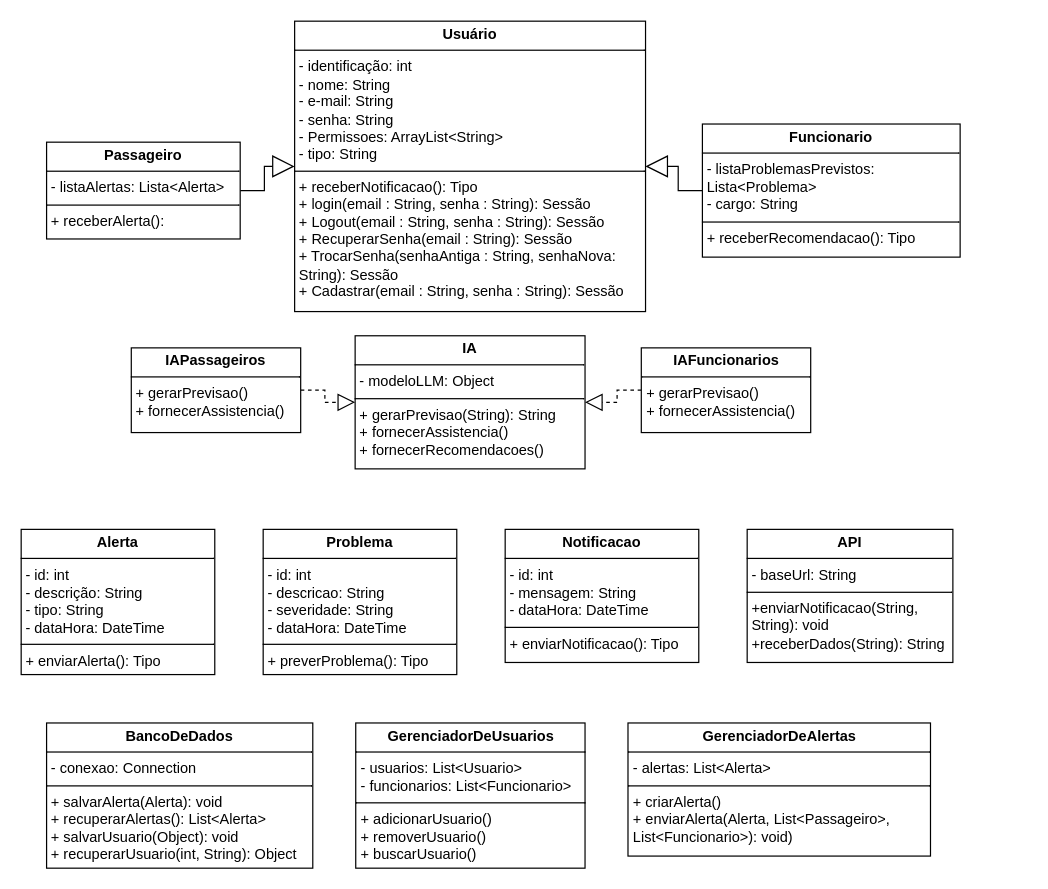
Earlier version of the draw.io diagram Sprint1-Java-main/Sprint1.drawio (Acessi/Sprint-1-Java). Source tidied: cells renumbered, new cells numbered last; positions are measured from the earlier drawing's top-left corner, leaving out a move shared by most shapes. Both pictures are drawn from the tidied source at 121%, with x=0, y=0 at pixel (21, 21).
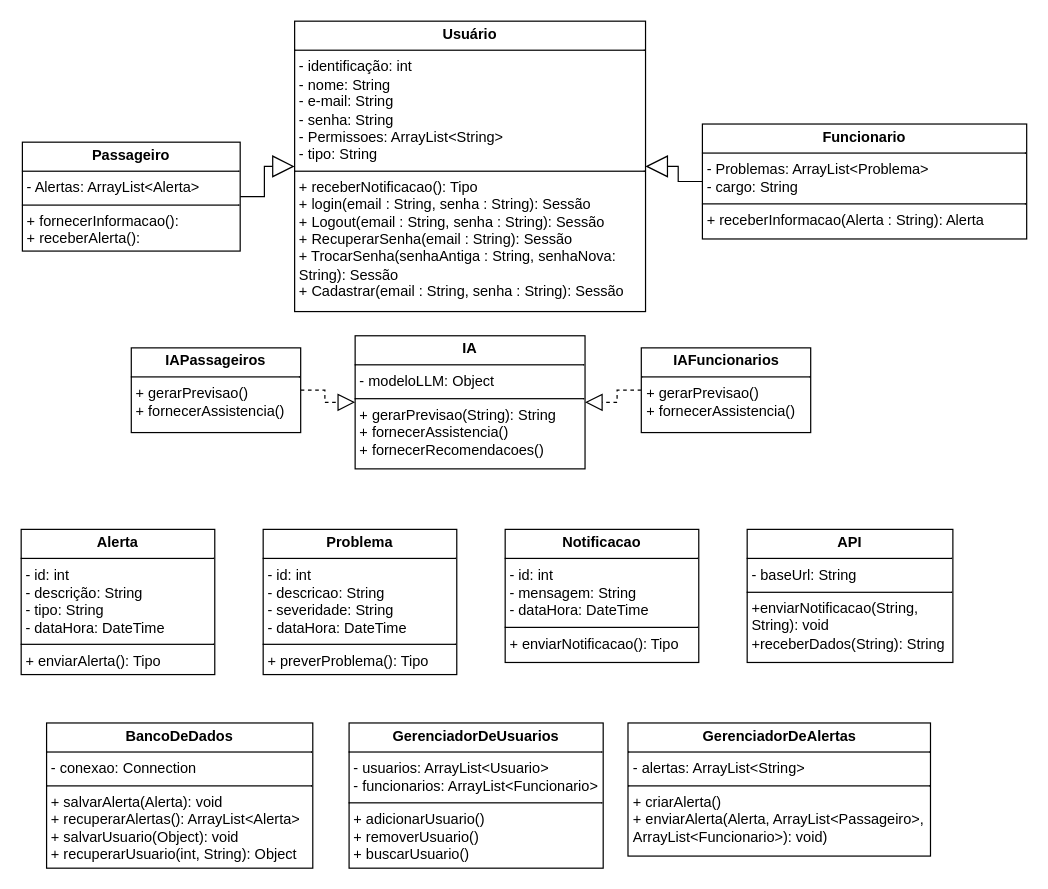
After the change.

What changed in the source:
```diff
@@
 <mxGraphModel>
   <root>
     <mxCell id="0" />
     <mxCell id="1" parent="0" />
     <mxCell id="2" value="&lt;p style=&quot;margin:0px;margin-top:4px;text-align:center;&quot;&gt;&lt;b&gt;Usuário&lt;/b&gt;&lt;/p&gt;&lt;hr size=&quot;1&quot; style=&quot;border-style:solid;&quot;&gt;&lt;p style=&quot;margin:0px;margin-left:4px;&quot;&gt;- identificação: int&lt;/p&gt;&lt;p style=&quot;margin:0px;margin-left:4px;&quot;&gt;- nome: String&lt;/p&gt;&lt;p style=&quot;margin:0px;margin-left:4px;&quot;&gt;- e-mail: String&lt;/p&gt;&lt;p style=&quot;margin:0px;margin-left:4px;&quot;&gt;- senha: String&lt;/p&gt;&lt;p style=&quot;margin:0px;margin-left:4px;&quot;&gt;- Permissoes: ArrayList&amp;lt;String&amp;gt;&lt;/p&gt;&lt;p style=&quot;margin:0px;margin-left:4px;&quot;&gt;- tipo: String&lt;/p&gt;&lt;hr size=&quot;1&quot; style=&quot;border-style:solid;&quot;&gt;&lt;p style=&quot;margin:0px;margin-left:4px;&quot;&gt;+ receberNotificacao(): Tipo&lt;/p&gt;&lt;p style=&quot;margin:0px;margin-left:4px;&quot;&gt;+ login(email : String, senha : String): Sessão&lt;br/&gt;+ Logout(email : String, senha : String): Sessão&lt;br/&gt;+ RecuperarSenha(email : String): Sessão&lt;br/&gt;+ TrocarSenha(senhaAntiga : String, senhaNova:&lt;br/&gt;String): Sessão&lt;br/&gt;+ Cadastrar(email : String, senha : String): Sessão&lt;br&gt;&lt;/p&gt;" style="verticalAlign=top;align=left;overflow=fill;html=1;whiteSpace=wrap;" parent="1" vertex="1">
       <mxGeometry x="226" width="290" height="240" as="geometry" />
     </mxCell>
     <mxCell id="3" style="edgeStyle=orthogonalEdgeStyle;rounded=0;jettySize=auto;html=1;strokeColor=default;align=center;verticalAlign=middle;fontFamily=Helvetica;fontSize=11;fontColor=default;labelBackgroundColor=default;endArrow=block;endFill=0;endSize=16;" parent="1" edge="1" source="4" target="2">
       <mxGeometry relative="1" as="geometry" />
     </mxCell>
-    <mxCell id="4" value="&lt;p style=&quot;margin:0px;margin-top:4px;text-align:center;&quot;&gt;&lt;b&gt;Passageiro&lt;/b&gt;&lt;/p&gt;&lt;hr size=&quot;1&quot; style=&quot;border-style:solid;&quot;&gt;&lt;p style=&quot;margin:0px;margin-left:4px;&quot;&gt;- listaAlertas: Lista&amp;lt;Alerta&amp;gt;&lt;/p&gt;&lt;hr size=&quot;1&quot; style=&quot;border-style:solid;&quot;&gt;&lt;p style=&quot;margin:0px;margin-left:4px;&quot;&gt;+ receberAlerta():&amp;nbsp;&lt;/p&gt;" style="verticalAlign=top;align=left;overflow=fill;html=1;whiteSpace=wrap;" parent="1" vertex="1">
-      <mxGeometry x="21" y="100" width="160" height="80" as="geometry" />
+    <mxCell id="4" value="&lt;p style=&quot;margin:0px;margin-top:4px;text-align:center;&quot;&gt;&lt;b&gt;Passageiro&lt;/b&gt;&lt;/p&gt;&lt;hr size=&quot;1&quot; style=&quot;border-style:solid;&quot;&gt;&lt;p style=&quot;margin:0px;margin-left:4px;&quot;&gt;- Alertas: ArrayList&amp;lt;Alerta&amp;gt;&lt;/p&gt;&lt;hr size=&quot;1&quot; style=&quot;border-style:solid;&quot;&gt;&lt;p style=&quot;margin:0px;margin-left:4px;&quot;&gt;+ fornecerInformacao():&lt;/p&gt;&lt;p style=&quot;margin:0px;margin-left:4px;&quot;&gt;+ receberAlerta():&amp;nbsp;&lt;/p&gt;" style="verticalAlign=top;align=left;overflow=fill;html=1;whiteSpace=wrap;" parent="1" vertex="1">
+      <mxGeometry x="1" y="100" width="180" height="90" as="geometry" />
     </mxCell>
     <mxCell id="5" style="edgeStyle=orthogonalEdgeStyle;rounded=0;jettySize=auto;html=1;strokeColor=default;align=center;verticalAlign=middle;fontFamily=Helvetica;fontSize=11;fontColor=default;labelBackgroundColor=default;endArrow=block;endFill=0;endSize=16;" parent="1" edge="1" source="6" target="2">
       <mxGeometry relative="1" as="geometry" />
     </mxCell>
-    <mxCell id="6" value="&lt;p style=&quot;margin:0px;margin-top:4px;text-align:center;&quot;&gt;&lt;b&gt;Funcionario&lt;/b&gt;&lt;/p&gt;&lt;hr size=&quot;1&quot; style=&quot;border-style:solid;&quot;&gt;&lt;p style=&quot;margin:0px;margin-left:4px;&quot;&gt;- listaProblemasPrevistos: Lista&amp;lt;Problema&amp;gt;&lt;/p&gt;&lt;p style=&quot;margin:0px;margin-left:4px;&quot;&gt;- cargo: String&lt;/p&gt;&lt;hr size=&quot;1&quot; style=&quot;border-style:solid;&quot;&gt;&lt;p style=&quot;margin:0px;margin-left:4px;&quot;&gt;+ receberRecomendacao(): Tipo&lt;/p&gt;" style="verticalAlign=top;align=left;overflow=fill;html=1;whiteSpace=wrap;" parent="1" vertex="1">
-      <mxGeometry x="563" y="85" width="213" height="110" as="geometry" />
+    <mxCell id="6" value="&lt;p style=&quot;margin:0px;margin-top:4px;text-align:center;&quot;&gt;&lt;b&gt;Funcionario&lt;/b&gt;&lt;/p&gt;&lt;hr size=&quot;1&quot; style=&quot;border-style:solid;&quot;&gt;&lt;p style=&quot;margin:0px;margin-left:4px;&quot;&gt;- Problemas: ArrayList&amp;lt;Problema&amp;gt;&lt;/p&gt;&lt;p style=&quot;margin:0px;margin-left:4px;&quot;&gt;- cargo: String&lt;/p&gt;&lt;hr size=&quot;1&quot; style=&quot;border-style:solid;&quot;&gt;&lt;p style=&quot;margin:0px;margin-left:4px;&quot;&gt;+ receberInformacao(Alerta : String): Alerta&lt;/p&gt;" style="verticalAlign=top;align=left;overflow=fill;html=1;whiteSpace=wrap;" parent="1" vertex="1">
+      <mxGeometry x="563" y="85" width="268" height="95" as="geometry" />
     </mxCell>
     <mxCell id="7" value="&lt;p style=&quot;margin:0px;margin-top:4px;text-align:center;&quot;&gt;&lt;b&gt;Alerta&lt;/b&gt;&lt;/p&gt;&lt;hr size=&quot;1&quot; style=&quot;border-style:solid;&quot;&gt;&lt;p style=&quot;margin:0px;margin-left:4px;&quot;&gt;- id: int&lt;/p&gt;&lt;p style=&quot;margin:0px;margin-left:4px;&quot;&gt;- descrição: String&lt;/p&gt;&lt;p style=&quot;margin:0px;margin-left:4px;&quot;&gt;- tipo: String&lt;/p&gt;&lt;p style=&quot;margin:0px;margin-left:4px;&quot;&gt;- dataHora: DateTime&lt;/p&gt;&lt;hr size=&quot;1&quot; style=&quot;border-style:solid;&quot;&gt;&lt;p style=&quot;margin:0px;margin-left:4px;&quot;&gt;+ enviarAlerta(): Tipo&lt;/p&gt;" style="verticalAlign=top;align=left;overflow=fill;html=1;whiteSpace=wrap;" parent="1" vertex="1">
       <mxGeometry y="420" width="160" height="120" as="geometry" />
     </mxCell>
     <mxCell id="8" value="&lt;p style=&quot;margin:0px;margin-top:4px;text-align:center;&quot;&gt;&lt;b&gt;Problema&lt;/b&gt;&lt;/p&gt;&lt;hr size=&quot;1&quot; style=&quot;border-style:solid;&quot;&gt;&lt;p style=&quot;margin:0px;margin-left:4px;&quot;&gt;- id: int&lt;/p&gt;&lt;p style=&quot;margin:0px;margin-left:4px;&quot;&gt;- descricao: String&lt;/p&gt;&lt;p style=&quot;margin:0px;margin-left:4px;&quot;&gt;- severidade: String&lt;/p&gt;&lt;p style=&quot;margin:0px;margin-left:4px;&quot;&gt;- dataHora: DateTime&lt;/p&gt;&lt;hr size=&quot;1&quot; style=&quot;border-style:solid;&quot;&gt;&lt;p style=&quot;margin:0px;margin-left:4px;&quot;&gt;+ preverProblema(): Tipo&lt;/p&gt;" style="verticalAlign=top;align=left;overflow=fill;html=1;whiteSpace=wrap;" parent="1" vertex="1">
       <mxGeometry x="200" y="420" width="160" height="120" as="geometry" />
     </mxCell>
     <mxCell id="9" value="&lt;p style=&quot;margin:0px;margin-top:4px;text-align:center;&quot;&gt;&lt;b&gt;Notificacao&lt;/b&gt;&lt;/p&gt;&lt;hr size=&quot;1&quot; style=&quot;border-style:solid;&quot;&gt;&lt;p style=&quot;margin:0px;margin-left:4px;&quot;&gt;- id: int&lt;/p&gt;&lt;p style=&quot;margin:0px;margin-left:4px;&quot;&gt;- mensagem: String&lt;/p&gt;&lt;p style=&quot;margin:0px;margin-left:4px;&quot;&gt;- dataHora: DateTime&lt;/p&gt;&lt;hr size=&quot;1&quot; style=&quot;border-style:solid;&quot;&gt;&lt;p style=&quot;margin:0px;margin-left:4px;&quot;&gt;+ enviarNotificacao(): Tipo&lt;/p&gt;" style="verticalAlign=top;align=left;overflow=fill;html=1;whiteSpace=wrap;" parent="1" vertex="1">
       <mxGeometry x="400" y="420" width="160" height="110" as="geometry" />
     </mxCell>
     <mxCell id="10" style="edgeStyle=orthogonalEdgeStyle;rounded=0;jettySize=auto;html=1;endSize=12;dashed=1;endArrow=block;endFill=0;strokeColor=default;align=center;verticalAlign=middle;fontFamily=Helvetica;fontSize=11;fontColor=default;labelBackgroundColor=default;" parent="1" edge="1" source="11" target="15">
       <mxGeometry relative="1" as="geometry" />
     </mxCell>
     <mxCell id="11" value="&lt;p style=&quot;margin:0px;margin-top:4px;text-align:center;&quot;&gt;&lt;b&gt;IAPassageiros&lt;/b&gt;&lt;/p&gt;&lt;hr size=&quot;1&quot; style=&quot;border-style:solid;&quot;&gt;&lt;p style=&quot;margin:0px;margin-left:4px;&quot;&gt;+ gerarPrevisao()&lt;/p&gt;&lt;p style=&quot;margin:0px;margin-left:4px;&quot;&gt;+ fornecerAssistencia()&lt;/p&gt;" style="verticalAlign=top;align=left;overflow=fill;html=1;whiteSpace=wrap;" parent="1" vertex="1">
       <mxGeometry x="91" y="270" width="140" height="70" as="geometry" />
     </mxCell>
     <mxCell id="12" style="edgeStyle=orthogonalEdgeStyle;rounded=0;jettySize=auto;html=1;endSize=12;dashed=1;endArrow=block;endFill=0;strokeColor=default;align=center;verticalAlign=middle;fontFamily=Helvetica;fontSize=11;fontColor=default;labelBackgroundColor=default;" parent="1" edge="1" source="13" target="15">
       <mxGeometry relative="1" as="geometry" />
     </mxCell>
     <mxCell id="13" value="&lt;p style=&quot;margin:0px;margin-top:4px;text-align:center;&quot;&gt;&lt;b&gt;IAFuncionarios&lt;/b&gt;&lt;/p&gt;&lt;hr size=&quot;1&quot; style=&quot;border-style:solid;&quot;&gt;&lt;p style=&quot;margin:0px;margin-left:4px;&quot;&gt;+ gerarPrevisao()&lt;/p&gt;&lt;p style=&quot;margin:0px;margin-left:4px;&quot;&gt;+ fornecerAssistencia()&lt;/p&gt;" style="verticalAlign=top;align=left;overflow=fill;html=1;whiteSpace=wrap;" parent="1" vertex="1">
       <mxGeometry x="512.5" y="270" width="140" height="70" as="geometry" />
     </mxCell>
-    <mxCell id="14" value="&lt;p style=&quot;margin:0px;margin-top:4px;text-align:center;&quot;&gt;&lt;b&gt;BancoDeDados&lt;/b&gt;&lt;/p&gt;&lt;hr size=&quot;1&quot; style=&quot;border-style:solid;&quot;&gt;&lt;p style=&quot;margin:0px;margin-left:4px;&quot;&gt;- conexao: Connection&lt;/p&gt;&lt;hr size=&quot;1&quot; style=&quot;border-style:solid;&quot;&gt;&lt;p style=&quot;margin:0px;margin-left:4px;&quot;&gt;+ salvarAlerta(Alerta): void&lt;br&gt;&lt;/p&gt;&lt;p style=&quot;margin:0px;margin-left:4px;&quot;&gt;+ recuperarAlertas(): List&amp;lt;Alerta&amp;gt;&lt;br&gt;&lt;/p&gt;&lt;p style=&quot;margin:0px;margin-left:4px;&quot;&gt;+ salvarUsuario(Object): void&lt;br&gt;&lt;/p&gt;&lt;p style=&quot;margin:0px;margin-left:4px;&quot;&gt;+ recuperarUsuario(int, String): Object&lt;br&gt;&lt;/p&gt;" style="verticalAlign=top;align=left;overflow=fill;html=1;whiteSpace=wrap;" parent="1" vertex="1">
+    <mxCell id="14" value="&lt;p style=&quot;margin:0px;margin-top:4px;text-align:center;&quot;&gt;&lt;b&gt;BancoDeDados&lt;/b&gt;&lt;/p&gt;&lt;hr size=&quot;1&quot; style=&quot;border-style:solid;&quot;&gt;&lt;p style=&quot;margin:0px;margin-left:4px;&quot;&gt;- conexao: Connection&lt;/p&gt;&lt;hr size=&quot;1&quot; style=&quot;border-style:solid;&quot;&gt;&lt;p style=&quot;margin:0px;margin-left:4px;&quot;&gt;+ salvarAlerta(Alerta): void&lt;br&gt;&lt;/p&gt;&lt;p style=&quot;margin:0px;margin-left:4px;&quot;&gt;+ recuperarAlertas(): ArrayList&amp;lt;Alerta&amp;gt;&lt;br&gt;&lt;/p&gt;&lt;p style=&quot;margin:0px;margin-left:4px;&quot;&gt;+ salvarUsuario(Object): void&lt;br&gt;&lt;/p&gt;&lt;p style=&quot;margin:0px;margin-left:4px;&quot;&gt;+ recuperarUsuario(int, String): Object&lt;br&gt;&lt;/p&gt;" style="verticalAlign=top;align=left;overflow=fill;html=1;whiteSpace=wrap;" parent="1" vertex="1">
       <mxGeometry x="21" y="580" width="220" height="120" as="geometry" />
     </mxCell>
     <mxCell id="15" value="&lt;p style=&quot;margin:0px;margin-top:4px;text-align:center;&quot;&gt;&lt;b&gt;IA&lt;/b&gt;&lt;/p&gt;&lt;hr size=&quot;1&quot; style=&quot;border-style:solid;&quot;&gt;&lt;p style=&quot;margin:0px;margin-left:4px;&quot;&gt;- modeloLLM: Object&lt;br&gt;&lt;/p&gt;&lt;hr size=&quot;1&quot; style=&quot;border-style:solid;&quot;&gt;&lt;p style=&quot;margin: 0px 0px 0px 4px;&quot;&gt;+ gerarPrevisao(String): String&lt;br&gt;+ fornecerAssistencia()&lt;/p&gt;&lt;p style=&quot;margin: 0px 0px 0px 4px;&quot;&gt;+ fornecerRecomendacoes()&lt;/p&gt;" style="verticalAlign=top;align=left;overflow=fill;html=1;whiteSpace=wrap;fillColor=none;" parent="1" vertex="1">
       <mxGeometry x="276" y="260" width="190" height="110" as="geometry" />
     </mxCell>
     <mxCell id="16" value="&lt;p style=&quot;margin:0px;margin-top:4px;text-align:center;&quot;&gt;&lt;b&gt;API&lt;/b&gt;&lt;/p&gt;&lt;hr size=&quot;1&quot; style=&quot;border-style:solid;&quot;&gt;&lt;p style=&quot;margin:0px;margin-left:4px;&quot;&gt;- baseUrl: String&lt;br&gt;&lt;/p&gt;&lt;hr size=&quot;1&quot; style=&quot;border-style:solid;&quot;&gt;&lt;p style=&quot;margin:0px;margin-left:4px;&quot;&gt;+enviarNotificacao(String, String): void&lt;br&gt;&lt;/p&gt;&lt;p style=&quot;margin:0px;margin-left:4px;&quot;&gt;+receberDados(String): String&lt;br&gt;&lt;/p&gt;" style="verticalAlign=top;align=left;overflow=fill;html=1;whiteSpace=wrap;" parent="1" vertex="1">
       <mxGeometry x="600" y="420" width="170" height="110" as="geometry" />
     </mxCell>
-    <mxCell id="17" value="&lt;p style=&quot;margin:0px;margin-top:4px;text-align:center;&quot;&gt;&lt;b&gt;GerenciadorDeAlertas&lt;/b&gt;&lt;br&gt;&lt;/p&gt;&lt;hr size=&quot;1&quot; style=&quot;border-style:solid;&quot;&gt;&lt;p style=&quot;margin:0px;margin-left:4px;&quot;&gt;- alertas: List&amp;lt;Alerta&amp;gt;&lt;br&gt;&lt;/p&gt;&lt;hr size=&quot;1&quot; style=&quot;border-style:solid;&quot;&gt;&lt;p style=&quot;margin: 0px 0px 0px 4px;&quot;&gt;+ criarAlerta()&lt;/p&gt;&lt;p style=&quot;margin: 0px 0px 0px 4px;&quot;&gt;+ enviarAlerta(Alerta, List&amp;lt;Passageiro&amp;gt;, List&amp;lt;Funcionario&amp;gt;): void)&lt;/p&gt;" style="verticalAlign=top;align=left;overflow=fill;html=1;whiteSpace=wrap;" parent="1" vertex="1">
+    <mxCell id="17" value="&lt;p style=&quot;margin:0px;margin-top:4px;text-align:center;&quot;&gt;&lt;b&gt;GerenciadorDeAlertas&lt;/b&gt;&lt;br&gt;&lt;/p&gt;&lt;hr size=&quot;1&quot; style=&quot;border-style:solid;&quot;&gt;&lt;p style=&quot;margin:0px;margin-left:4px;&quot;&gt;- alertas: ArrayList&amp;lt;String&amp;gt;&lt;br&gt;&lt;/p&gt;&lt;hr size=&quot;1&quot; style=&quot;border-style:solid;&quot;&gt;&lt;p style=&quot;margin: 0px 0px 0px 4px;&quot;&gt;+ criarAlerta()&lt;/p&gt;&lt;p style=&quot;margin: 0px 0px 0px 4px;&quot;&gt;+ enviarAlerta(Alerta, ArrayList&amp;lt;Passageiro&amp;gt;, ArrayList&amp;lt;Funcionario&amp;gt;): void)&lt;/p&gt;" style="verticalAlign=top;align=left;overflow=fill;html=1;whiteSpace=wrap;" parent="1" vertex="1">
       <mxGeometry x="501.5" y="580" width="250" height="110" as="geometry" />
     </mxCell>
-    <mxCell id="18" value="&lt;p style=&quot;margin:0px;margin-top:4px;text-align:center;&quot;&gt;&lt;b&gt;GerenciadorDeUsuarios&lt;/b&gt;&lt;br&gt;&lt;/p&gt;&lt;hr size=&quot;1&quot; style=&quot;border-style:solid;&quot;&gt;&lt;p style=&quot;margin:0px;margin-left:4px;&quot;&gt;- usuarios: List&amp;lt;Usuario&amp;gt;&lt;br&gt;&lt;/p&gt;&lt;p style=&quot;margin:0px;margin-left:4px;&quot;&gt;- funcionarios: List&amp;lt;Funcionario&amp;gt;&lt;/p&gt;&lt;hr size=&quot;1&quot; style=&quot;border-style:solid;&quot;&gt;&lt;p style=&quot;margin: 0px 0px 0px 4px;&quot;&gt;+ adicionarUsuario()&lt;/p&gt;&lt;p style=&quot;margin: 0px 0px 0px 4px;&quot;&gt;+ removerUsuario()&lt;/p&gt;&lt;p style=&quot;margin: 0px 0px 0px 4px;&quot;&gt;+ buscarUsuario()&lt;/p&gt;" style="verticalAlign=top;align=left;overflow=fill;html=1;whiteSpace=wrap;" parent="1" vertex="1">
-      <mxGeometry x="276.5" y="580" width="189.5" height="120" as="geometry" />
+    <mxCell id="18" value="&lt;p style=&quot;margin:0px;margin-top:4px;text-align:center;&quot;&gt;&lt;b&gt;GerenciadorDeUsuarios&lt;/b&gt;&lt;br&gt;&lt;/p&gt;&lt;hr size=&quot;1&quot; style=&quot;border-style:solid;&quot;&gt;&lt;p style=&quot;margin:0px;margin-left:4px;&quot;&gt;- usuarios: ArrayList&amp;lt;Usuario&amp;gt;&lt;br&gt;&lt;/p&gt;&lt;p style=&quot;margin:0px;margin-left:4px;&quot;&gt;- funcionarios: ArrayList&amp;lt;Funcionario&amp;gt;&lt;/p&gt;&lt;hr size=&quot;1&quot; style=&quot;border-style:solid;&quot;&gt;&lt;p style=&quot;margin: 0px 0px 0px 4px;&quot;&gt;+ adicionarUsuario()&lt;/p&gt;&lt;p style=&quot;margin: 0px 0px 0px 4px;&quot;&gt;+ removerUsuario()&lt;/p&gt;&lt;p style=&quot;margin: 0px 0px 0px 4px;&quot;&gt;+ buscarUsuario()&lt;/p&gt;" style="verticalAlign=top;align=left;overflow=fill;html=1;whiteSpace=wrap;" parent="1" vertex="1">
+      <mxGeometry x="271" y="580" width="210" height="120" as="geometry" />
     </mxCell>
   </root>
 </mxGraphModel>
```
